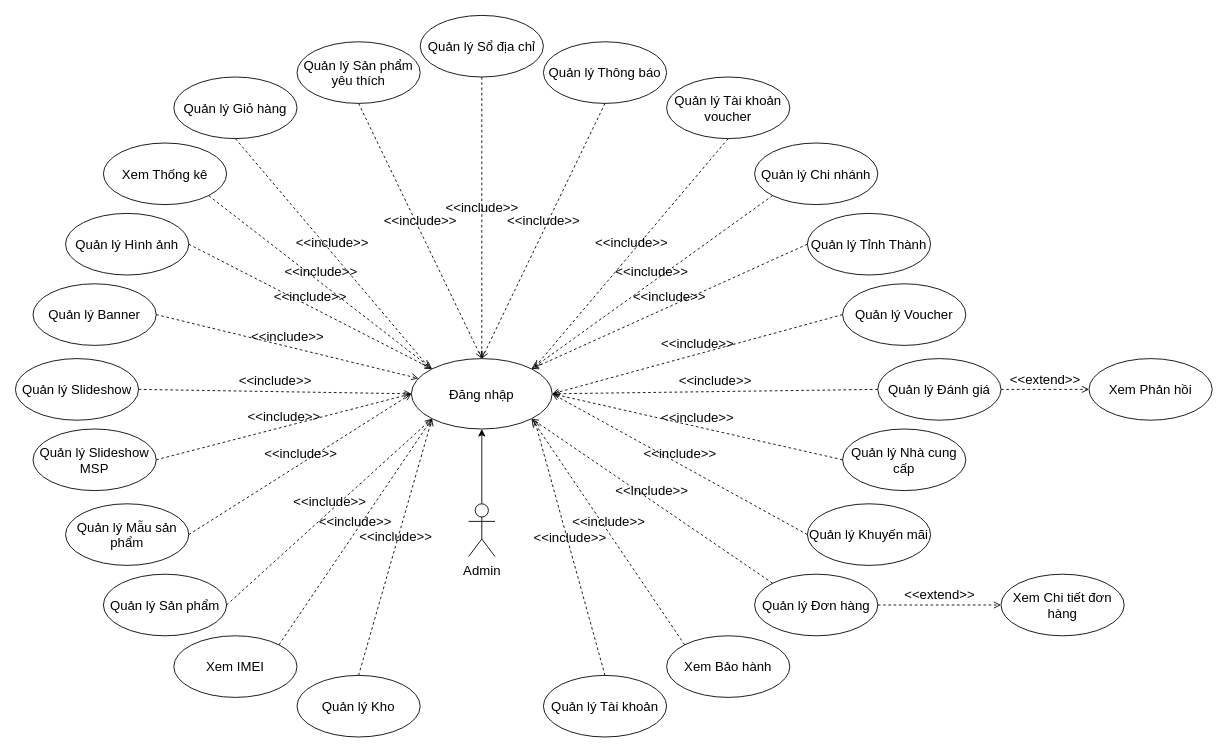
This is Use Case/usecase_admin.drawio from LammVuu/DATT, a draw.io file, before an edit. Source tidied: cells renumbered, new cells numbered last; positions are measured from the earlier drawing's top-left corner, leaving out a move shared by most shapes. Both pictures are drawn from the tidied source at 88%, with x=0, y=0 at pixel (15, 15).
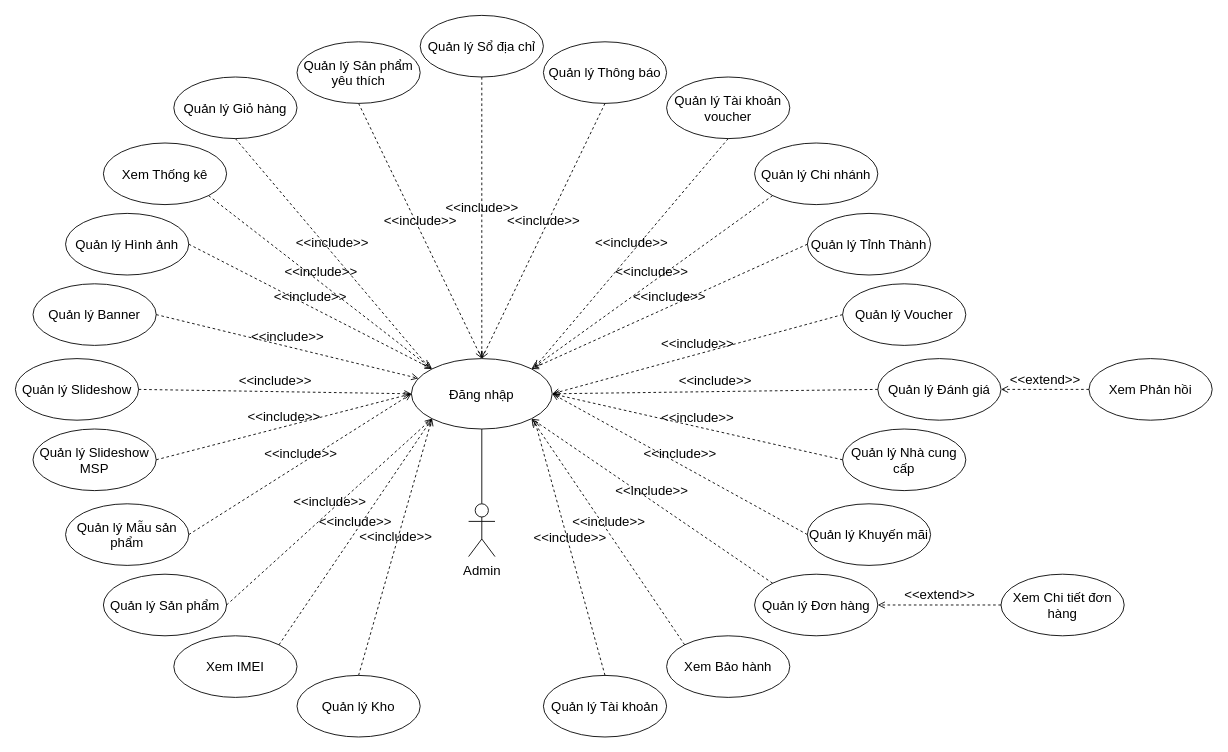
The same page after the edit.

Unchanged cells that the change refers to:
```xml
<mxCell id="6" value="Đăng nhập" style="ellipse;whiteSpace=wrap;html=1;fontSize=15;" parent="1" vertex="1">
  <mxGeometry x="450" y="390" width="160" height="80" as="geometry" />
</mxCell>
<mxCell id="8" value="Admin" style="shape=umlActor;verticalLabelPosition=bottom;verticalAlign=top;html=1;fontSize=15;" parent="1" vertex="1">
  <mxGeometry x="515" y="555" width="30" height="60" as="geometry" />
</mxCell>
<mxCell id="12" value="Quản lý Đơn hàng" style="ellipse;whiteSpace=wrap;html=1;fontSize=15;" parent="1" vertex="1">
  <mxGeometry x="840" y="635" width="140" height="70" as="geometry" />
</mxCell>
<mxCell id="13" value="Xem Chi tiết đơn hàng" style="ellipse;whiteSpace=wrap;html=1;fontSize=15;" parent="1" vertex="1">
  <mxGeometry x="1120" y="635" width="140" height="70" as="geometry" />
</mxCell>
<mxCell id="22" value="Quản lý Đánh giá" style="ellipse;whiteSpace=wrap;html=1;fontSize=15;" parent="1" vertex="1">
  <mxGeometry x="980" y="390" width="140" height="70" as="geometry" />
</mxCell>
<mxCell id="53" value="Xem Phản hồi" style="ellipse;whiteSpace=wrap;html=1;fontSize=15;" parent="1" vertex="1">
  <mxGeometry x="1220" y="390" width="140" height="70" as="geometry" />
</mxCell>
```

Change to the diagram source:
```diff
@@
-    <mxCell id="7" style="edgeStyle=orthogonalEdgeStyle;rounded=0;jettySize=auto;html=1;entryX=0.5;entryY=1;entryDx=0;entryDy=0;fontSize=15;" parent="1" edge="1" source="8" target="6">
+    <mxCell id="7" style="edgeStyle=orthogonalEdgeStyle;rounded=0;jettySize=auto;html=1;entryX=0.5;entryY=1;entryDx=0;entryDy=0;fontSize=15;endArrow=none;endFill=0;" parent="1" edge="1" source="8" target="6">
       <mxGeometry relative="1" as="geometry" />
     </mxCell>
@@
-    <mxCell id="52" value="&amp;lt;&amp;lt;extend&amp;gt;&amp;gt;" style="html=1;verticalAlign=bottom;labelBackgroundColor=none;endArrow=open;endFill=0;dashed=1;rounded=0;fontSize=15;entryX=0;entryY=0.5;entryDx=0;entryDy=0;exitX=1;exitY=0.5;exitDx=0;exitDy=0;" parent="1" edge="1" source="12" target="13">
+    <mxCell id="52" value="&amp;lt;&amp;lt;extend&amp;gt;&amp;gt;" style="html=1;verticalAlign=bottom;labelBackgroundColor=none;endArrow=open;endFill=0;dashed=1;rounded=0;fontSize=15;entryX=1;entryY=0.5;entryDx=0;entryDy=0;exitX=0;exitY=0.5;exitDx=0;exitDy=0;" parent="1" edge="1" source="13" target="12">
       <mxGeometry relative="1" as="geometry" />
     </mxCell>
@@
-    <mxCell id="54" value="&amp;lt;&amp;lt;extend&amp;gt;&amp;gt;" style="html=1;verticalAlign=bottom;labelBackgroundColor=none;endArrow=open;endFill=0;dashed=1;rounded=0;fontSize=15;entryX=0;entryY=0.5;entryDx=0;entryDy=0;exitX=1;exitY=0.5;exitDx=0;exitDy=0;" parent="1" edge="1" source="22" target="53">
+    <mxCell id="54" value="&amp;lt;&amp;lt;extend&amp;gt;&amp;gt;" style="html=1;verticalAlign=bottom;labelBackgroundColor=none;endArrow=open;endFill=0;dashed=1;rounded=0;fontSize=15;entryX=1;entryY=0.5;entryDx=0;entryDy=0;exitX=0;exitY=0.5;exitDx=0;exitDy=0;" parent="1" edge="1" source="53" target="22">
       <mxGeometry relative="1" as="geometry" />
     </mxCell>
```
